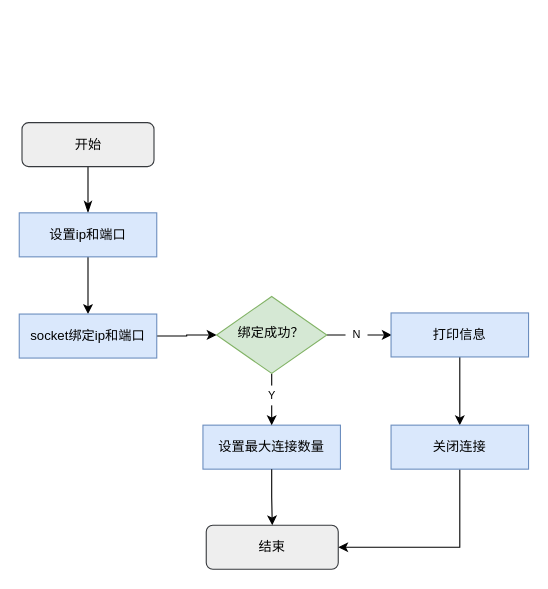
Above: 服务端通信绑定.drawio in KAZAMA-DREAM/picture (draw.io), before the change. Source tidied: cells renumbered, new cells numbered last; positions are measured from the earlier drawing's top-left corner, leaving out a move shared by most shapes. Both pictures are drawn from the tidied source at 110%, with x=0, y=0 at pixel (19, 122).
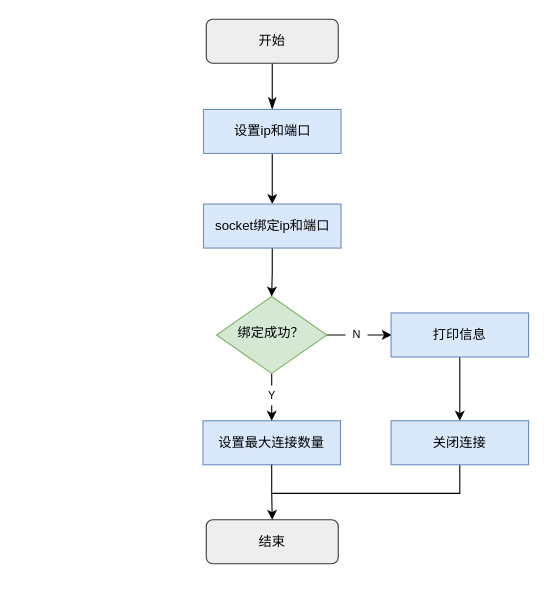
The same diagram, later.

Commit message:
更新服务端通信绑定.drawio

The change refers to these unchanged cells:
```xml
<mxCell id="14" value="绑定成功？" style="rhombus;whiteSpace=wrap;html=1;shadow=0;fontFamily=Helvetica;fontSize=12;align=center;strokeWidth=1;spacing=6;spacingTop=-4;fillColor=#d5e8d4;strokeColor=#82b366;" parent="1" vertex="1">
  <mxGeometry x="179.4" y="158" width="100.2" height="70" as="geometry" />
</mxCell>
```

What changed in the source:
```diff
@@
     <mxCell id="3" value="开始" style="rounded=1;whiteSpace=wrap;html=1;fontSize=12;glass=0;strokeWidth=1;shadow=0;fillColor=#eeeeee;strokeColor=#36393d;" parent="1" vertex="1">
-      <mxGeometry x="2.5" width="120" height="40" as="geometry" />
+      <mxGeometry x="170" y="-94" width="120" height="40" as="geometry" />
     </mxCell>
     <mxCell id="4" value="结束" style="rounded=1;whiteSpace=wrap;html=1;fontSize=12;glass=0;strokeWidth=1;shadow=0;fillColor=#eeeeee;strokeColor=#36393d;" parent="1" vertex="1">
-      <mxGeometry x="170" y="366" width="120" height="40" as="geometry" />
+      <mxGeometry x="170" y="361" width="120" height="40" as="geometry" />
     </mxCell>
@@
     <mxCell id="6" value="设置ip和端口" style="rounded=0;whiteSpace=wrap;html=1;fillColor=#dae8fc;strokeColor=#6c8ebf;" parent="1" vertex="1">
-      <mxGeometry y="82" width="125" height="40" as="geometry" />
+      <mxGeometry x="167.5" y="-12" width="125" height="40" as="geometry" />
     </mxCell>
-    <mxCell id="7" style="edgeStyle=orthogonalEdgeStyle;rounded=0;jettySize=auto;html=1;exitX=1;exitY=0.5;exitDx=0;exitDy=0;entryX=0;entryY=0.5;entryDx=0;entryDy=0;" parent="1" edge="1" source="8" target="14">
+    <mxCell id="7" style="edgeStyle=orthogonalEdgeStyle;rounded=0;jettySize=auto;html=1;exitX=0.5;exitY=1;exitDx=0;exitDy=0;entryX=0.5;entryY=0;entryDx=0;entryDy=0;" parent="1" edge="1" source="8" target="14">
       <mxGeometry relative="1" as="geometry" />
     </mxCell>
     <mxCell id="8" value="socket绑定ip和端口" style="rounded=0;whiteSpace=wrap;html=1;fillColor=#dae8fc;strokeColor=#6c8ebf;" parent="1" vertex="1">
-      <mxGeometry y="174" width="125" height="40" as="geometry" />
+      <mxGeometry x="167.5" y="74" width="125" height="40" as="geometry" />
     </mxCell>
     <mxCell id="9" value="设置最大连接数量" style="rounded=0;whiteSpace=wrap;html=1;fillColor=#dae8fc;strokeColor=#6c8ebf;" parent="1" vertex="1">
-      <mxGeometry x="167" y="275" width="125" height="40" as="geometry" />
+      <mxGeometry x="167" y="271" width="125" height="40" as="geometry" />
     </mxCell>
@@
-    <mxCell id="18" style="edgeStyle=orthogonalEdgeStyle;rounded=0;jettySize=auto;html=1;entryX=1;entryY=0.5;entryDx=0;entryDy=0;" parent="1" edge="1" source="19" target="4">
+    <mxCell id="18" style="edgeStyle=orthogonalEdgeStyle;rounded=0;jettySize=auto;html=1;endArrow=none;endFill=0;" parent="1" edge="1" source="19">
       <mxGeometry relative="1" as="geometry">
+        <mxPoint x="230" y="337" as="targetPoint" />
         <Array as="points">
-          <mxPoint x="401" y="386" />
+          <mxPoint x="401" y="337" />
         </Array>
       </mxGeometry>
     </mxCell>
     <mxCell id="19" value="关闭连接" style="rounded=0;whiteSpace=wrap;html=1;fillColor=#dae8fc;strokeColor=#6c8ebf;" parent="1" vertex="1">
-      <mxGeometry x="338" y="275" width="125" height="40" as="geometry" />
+      <mxGeometry x="338" y="271" width="125" height="40" as="geometry" />
     </mxCell>
```
